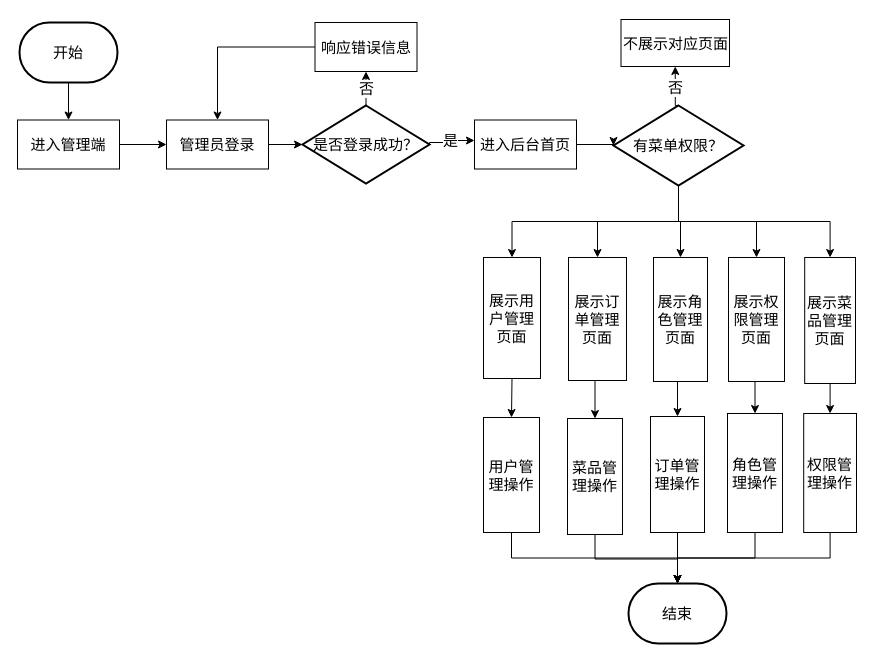
FanDoggie/github-slideshow keeps this draw.io diagram as 管理端流程图.drawio. Above is the earlier version. Source tidied: cells renumbered, new cells numbered last; positions are measured from the earlier drawing's top-left corner, leaving out a move shared by most shapes. Both pictures are drawn from the tidied source at 100%, with x=0, y=0 at pixel (17, 19).
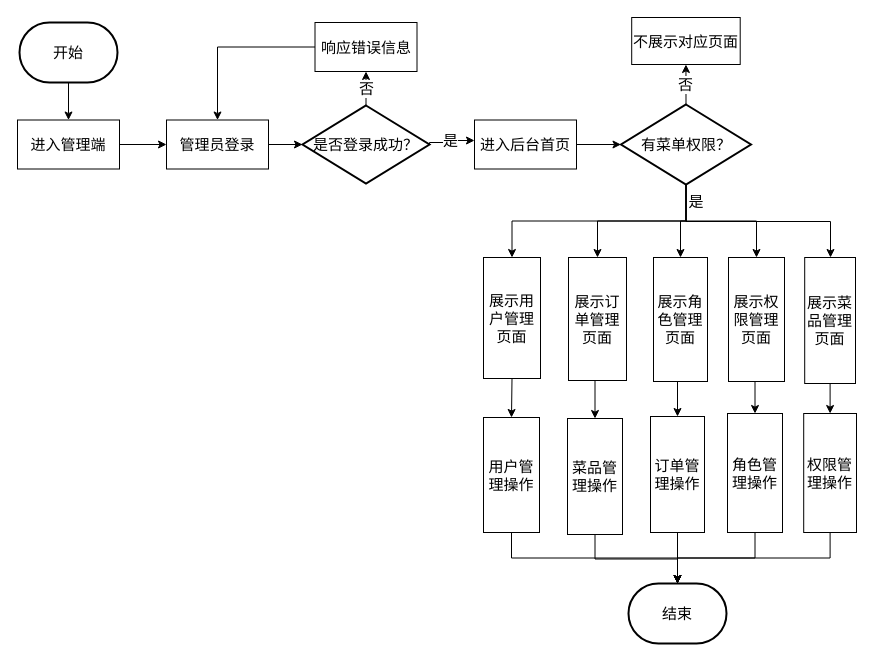
The same diagram, later.

Commit message:
更新管理端流程图.drawio

The change refers to these unchanged cells:
```xml
<mxCell id="26" value="展示菜品管理页面" style="rounded=0;whiteSpace=wrap;html=1;fontSize=15;" parent="1" vertex="1">
  <mxGeometry x="787.2" y="238" width="50.8" height="126" as="geometry" />
</mxCell>
```

What changed in the source:
```diff
@@
     <mxCell id="20" style="edgeStyle=orthogonalEdgeStyle;rounded=0;jettySize=auto;html=1;exitX=0.5;exitY=1;exitDx=0;exitDy=0;exitPerimeter=0;" parent="1" edge="1" source="21" target="26">
-      <mxGeometry relative="1" as="geometry" />
+      <mxGeometry relative="1" as="geometry">
+        <Array as="points">
+          <mxPoint x="669" y="202" />
+          <mxPoint x="813" y="202" />
+        </Array>
+      </mxGeometry>
     </mxCell>
     <mxCell id="21" value="&lt;font style=&quot;font-size: 15px;&quot;&gt;有菜单权限？&lt;/font&gt;" style="strokeWidth=2;html=1;shape=mxgraph.flowchart.decision;whiteSpace=wrap;fontSize=15;" parent="1" vertex="1">
-      <mxGeometry x="596" y="86" width="130" height="80" as="geometry" />
+      <mxGeometry x="603.5" y="85" width="130" height="80" as="geometry" />
     </mxCell>
     <mxCell id="22" value="不展示对应页面" style="rounded=0;whiteSpace=wrap;html=1;fontSize=15;" parent="1" vertex="1">
-      <mxGeometry x="603.5" width="108.5" height="47" as="geometry" />
+      <mxGeometry x="614.2" y="-2" width="108.5" height="47" as="geometry" />
     </mxCell>
@@
+    <mxCell id="44" value="是" style="text;html=1;strokeColor=none;fillColor=none;align=center;verticalAlign=middle;whiteSpace=wrap;rounded=0;fontSize=15;" parent="1" vertex="1">
+      <mxGeometry x="649" y="167" width="60" height="30" as="geometry" />
+    </mxCell>
```
